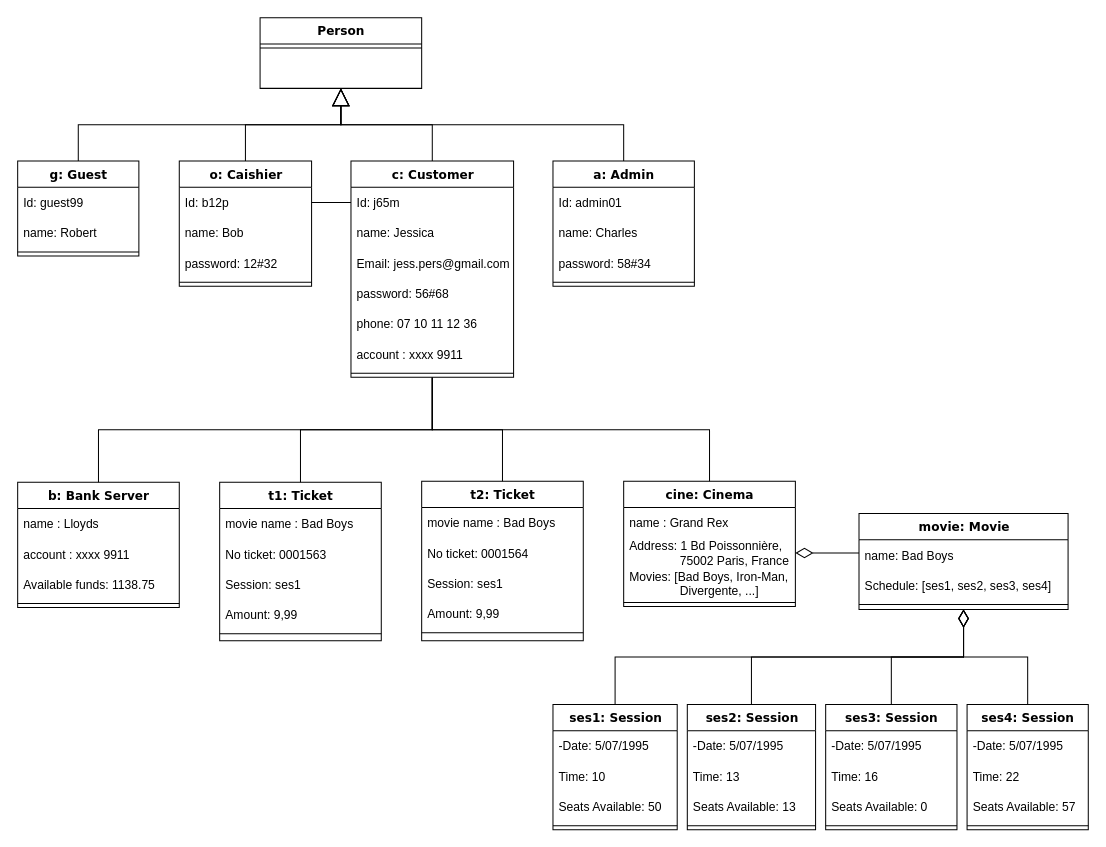
The draw.io diagram Diagramme object Movie Ticket Booking System.drawio in Melydgt/Draw-io-UML-England, before the edit. Source tidied: cells renumbered, new cells numbered last; positions are measured from the earlier drawing's top-left corner, leaving out a move shared by most shapes. Both pictures are drawn from the tidied source at 101%, with x=0, y=0 at pixel (17, 17).
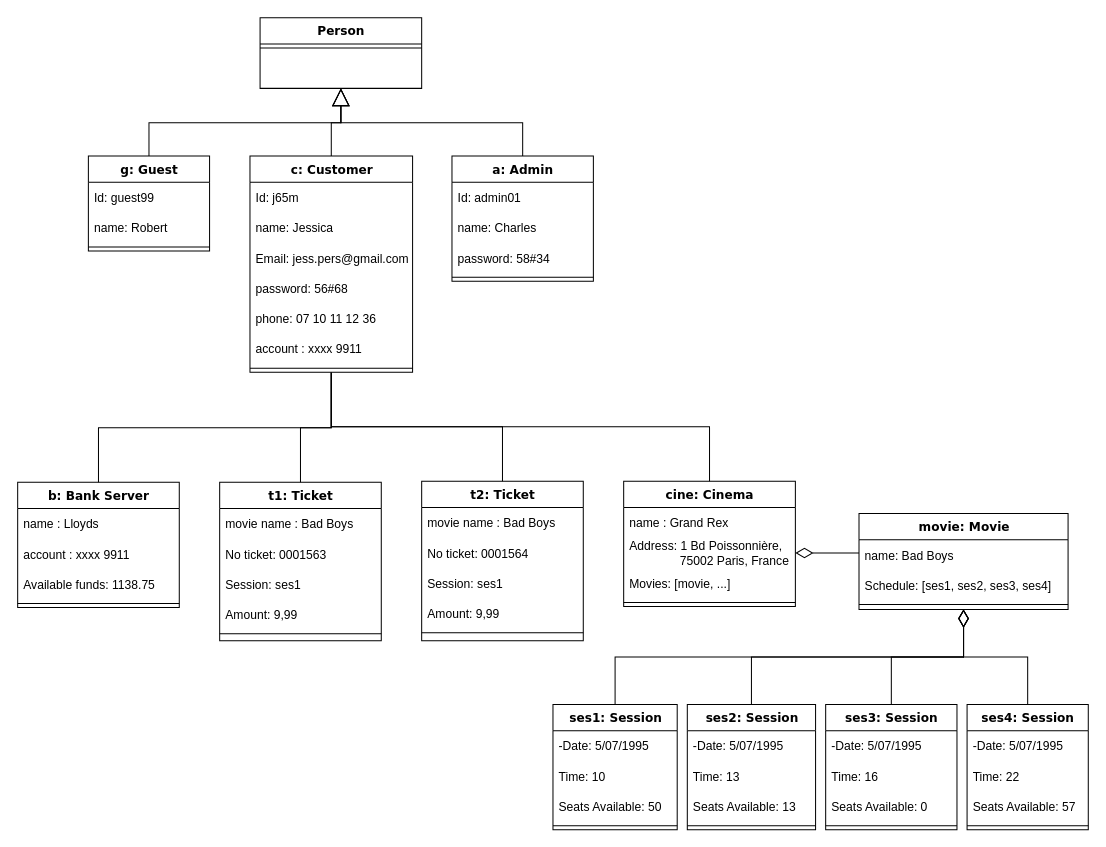
Above is the later version.

Commit message:
Mettre à jour Diagramme object Movie Ticket Booking System.drawio

Unchanged cells that the change refers to:
```xml
<mxCell id="32" value="cine: Cinema" style="swimlane;html=1;fontStyle=1;align=center;verticalAlign=top;horizontal=1;startSize=26;swimlaneFillColor=#ffffff;rounded=0;shadow=0;comic=0;labelBackgroundColor=none;strokeWidth=1;fillColor=none;fontFamily=Verdana;fontSize=12;" parent="1" vertex="1">
  <mxGeometry x="600" y="459" width="170" height="124" as="geometry" />
</mxCell>
<mxCell id="81" value="Person" style="swimlane;html=1;fontStyle=1;align=center;verticalAlign=top;horizontal=1;startSize=26;swimlaneFillColor=#ffffff;rounded=0;shadow=0;comic=0;labelBackgroundColor=none;strokeWidth=1;fillColor=none;fontFamily=Verdana;fontSize=12;" parent="1" vertex="1">
  <mxGeometry x="240" width="160" height="70" as="geometry" />
</mxCell>
```

Diff of the diagram source:
```diff
@@
     <mxCell id="7" value="c: Customer" style="swimlane;html=1;fontStyle=1;align=center;verticalAlign=top;horizontal=1;startSize=26;swimlaneFillColor=#ffffff;rounded=0;shadow=0;comic=0;labelBackgroundColor=none;strokeWidth=1;fillColor=none;fontFamily=Verdana;fontSize=12;" parent="1" vertex="1">
-      <mxGeometry x="330" y="142" width="161" height="214" as="geometry" />
+      <mxGeometry x="230" y="137" width="161" height="214" as="geometry" />
     </mxCell>
@@
-    <mxCell id="35" value="Movies: [Bad Boys, Iron-Man,&#10;               Divergente, ...]" style="text;strokeColor=none;fillColor=none;align=left;verticalAlign=middle;spacingLeft=4;spacingRight=4;overflow=hidden;" parent="32" vertex="1">
+    <mxCell id="35" value="Movies: [movie, ...]" style="text;strokeColor=none;fillColor=none;align=left;verticalAlign=middle;spacingLeft=4;spacingRight=4;overflow=hidden;" parent="32" vertex="1">
       <mxGeometry y="86" width="170" height="30" as="geometry" />
     </mxCell>
@@
     <mxCell id="38" value="g: Guest" style="swimlane;html=1;fontStyle=1;align=center;verticalAlign=top;horizontal=1;startSize=26;swimlaneFillColor=#ffffff;rounded=0;shadow=0;comic=0;labelBackgroundColor=none;strokeWidth=1;fillColor=none;fontFamily=Verdana;fontSize=12;" parent="1" vertex="1">
-      <mxGeometry y="142" width="120" height="94" as="geometry" />
+      <mxGeometry x="70" y="137" width="120" height="94" as="geometry" />
     </mxCell>
@@
     <mxCell id="43" value="a: Admin" style="swimlane;html=1;fontStyle=1;align=center;verticalAlign=top;horizontal=1;startSize=26;swimlaneFillColor=#ffffff;rounded=0;shadow=0;comic=0;labelBackgroundColor=none;strokeWidth=1;fillColor=none;fontFamily=Verdana;fontSize=12;" parent="1" vertex="1">
-      <mxGeometry x="530" y="142" width="140" height="124" as="geometry" />
+      <mxGeometry x="430" y="137" width="140" height="124" as="geometry" />
     </mxCell>
@@
-    <mxCell id="60" style="edgeStyle=elbowEdgeStyle;rounded=0;jettySize=auto;elbow=vertical;html=1;endArrow=block;endFill=0;endSize=15;startSize=15;" parent="1" edge="1" source="61" target="81">
-      <mxGeometry relative="1" as="geometry" />
-    </mxCell>
-    <mxCell id="61" value="o: Caishier" style="swimlane;html=1;fontStyle=1;align=center;verticalAlign=top;horizontal=1;startSize=26;swimlaneFillColor=#ffffff;rounded=0;shadow=0;comic=0;labelBackgroundColor=none;strokeWidth=1;fillColor=none;fontFamily=Verdana;fontSize=12;" parent="1" vertex="1">
-      <mxGeometry x="160" y="142" width="131" height="124" as="geometry" />
-    </mxCell>
-    <mxCell id="62" value="Id: b12p" style="text;strokeColor=none;fillColor=none;align=left;verticalAlign=middle;spacingLeft=4;spacingRight=4;overflow=hidden;points=[[0,0.5],[1,0.5]];portConstraint=eastwest;" parent="61" vertex="1">
-      <mxGeometry y="26" width="131" height="30" as="geometry" />
-    </mxCell>
-    <mxCell id="63" value="name: Bob" style="text;strokeColor=none;fillColor=none;align=left;verticalAlign=middle;spacingLeft=4;spacingRight=4;overflow=hidden;" parent="61" vertex="1">
-      <mxGeometry y="56" width="131" height="30" as="geometry" />
-    </mxCell>
-    <mxCell id="64" value="password: 12#32" style="text;strokeColor=none;fillColor=none;align=left;verticalAlign=middle;spacingLeft=4;spacingRight=4;overflow=hidden;" parent="61" vertex="1">
-      <mxGeometry y="86" width="131" height="30" as="geometry" />
-    </mxCell>
-    <mxCell id="65" style="line;html=1;strokeWidth=1;fillColor=none;align=left;verticalAlign=middle;spacingTop=-1;spacingLeft=3;spacingRight=3;labelPosition=right;" parent="61" vertex="1">
-      <mxGeometry y="116" width="131" height="8" as="geometry" />
-    </mxCell>
@@
-    <mxCell id="85" style="edgeStyle=elbowEdgeStyle;rounded=0;jettySize=auto;elbow=vertical;html=1;startArrow=none;startFill=0;endArrow=none;endFill=0;" parent="1" edge="1" source="62" target="7">
-      <mxGeometry relative="1" as="geometry" />
-    </mxCell>
```
